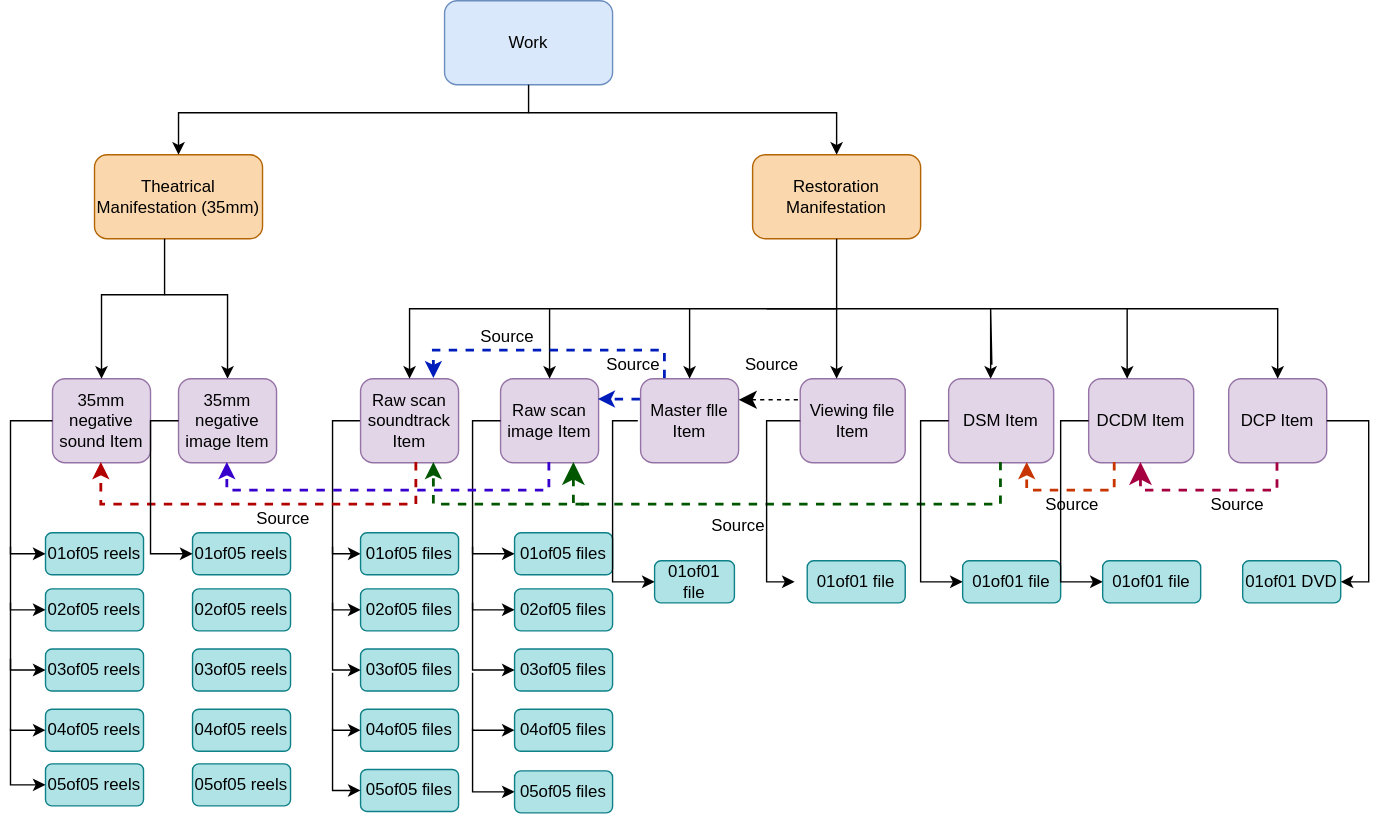
The draw.io diagram markdown/diagrams/digit_item5a.drawio.svg in FIAF/fiaf-cataloguing-manual, before a commit. Source tidied: cells renumbered, new cells last; positions are measured from the earlier drawing's top-left corner, leaving out a move shared by most shapes.
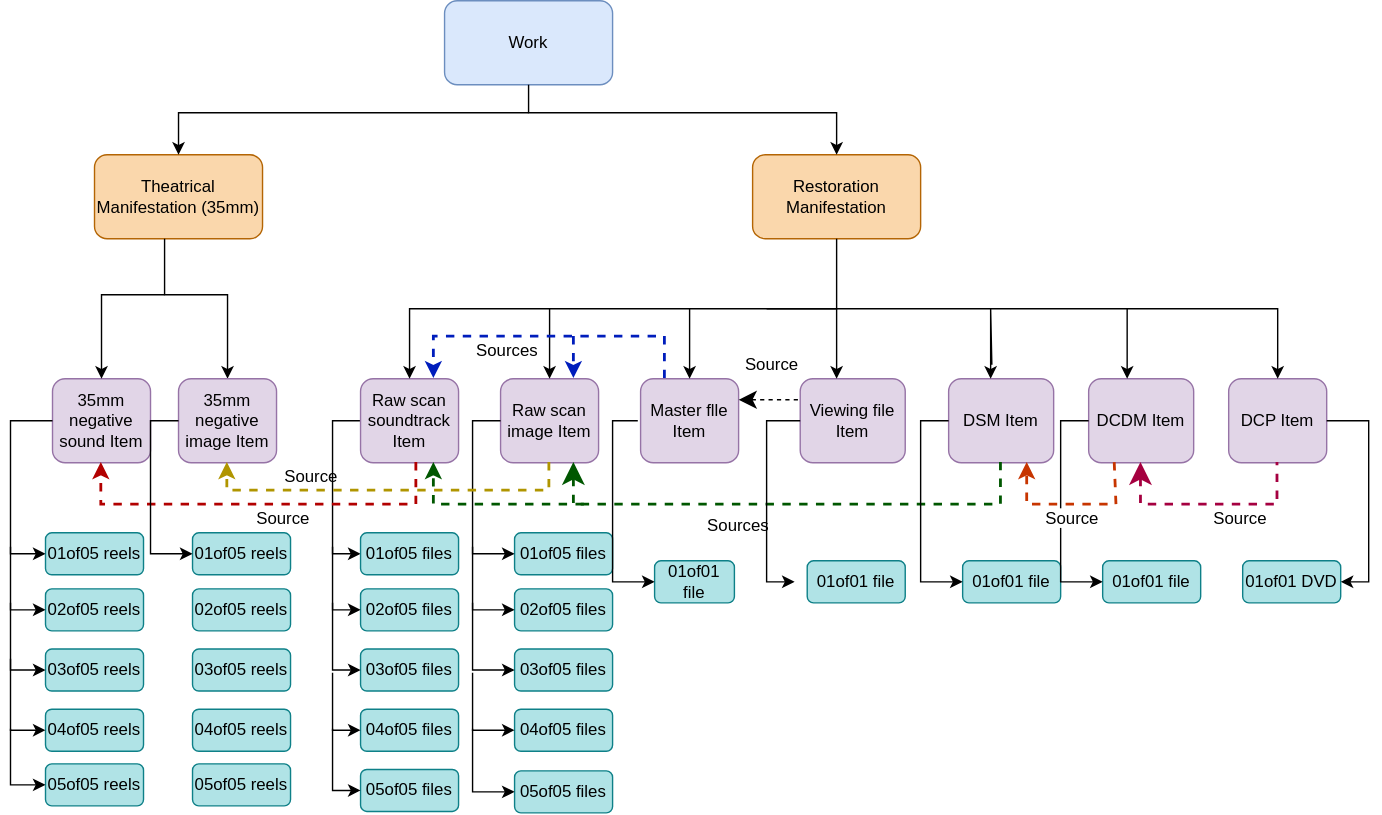
After the change.

Change to the diagram source:
```diff
@@ -780,7 +780,7 @@
     <mxCell id="159" value="Master flle Item" style="rounded=1;whiteSpace=wrap;html=1;roundedPerimeter=1;fillColor=#e1d5e7;strokeColor=#9673a6;" parent="1" vertex="1">
       <mxGeometry x="731" y="270" width="70" height="60" as="geometry" />
     </mxCell>
-    <mxCell id="160" style="edgeStyle=orthogonalEdgeStyle;rounded=0;jettySize=auto;html=1;exitX=0;exitY=0.5;exitDx=0;exitDy=0;entryX=0;entryY=0.5;entryDx=0;entryDy=0;" parent="1" edge="1" source="161" target="174">
+    <mxCell id="160" style="edgeStyle=orthogonalEdgeStyle;rounded=0;jettySize=auto;html=1;entryX=0;entryY=0.5;entryDx=0;entryDy=0;exitX=0;exitY=0.5;exitDx=0;exitDy=0;" parent="1" edge="1" source="161" target="174">
       <mxGeometry relative="1" as="geometry" />
     </mxCell>
     <mxCell id="161" value="Raw scan soundtrack Item" style="rounded=1;whiteSpace=wrap;html=1;roundedPerimeter=1;fillColor=#e1d5e7;strokeColor=#9673a6;" parent="1" vertex="1">
@@ -841,8 +841,8 @@
     <mxCell id="171" style="endArrow=none;dashed=1;html=1;rounded=0;entryX=0.5;entryY=1;entryDx=0;entryDy=0;exitX=0.5;exitY=1;exitDx=0;exitDy=0;endFill=0;startArrow=classic;startFill=1;fillColor=#d80073;strokeColor=#A50040;startSize=10;strokeWidth=2;" parent="1" edge="1" source="165" target="166">
       <mxGeometry x="-0.04" relative="1" as="geometry">
         <Array as="points">
-          <mxPoint x="1088.5" y="350" />
-          <mxPoint x="1186" y="350" />
+          <mxPoint x="1088.5" y="360" />
+          <mxPoint x="1186" y="360" />
         </Array>
       </mxGeometry>
     </mxCell>
@@ -1160,7 +1160,7 @@
         </Array>
       </mxGeometry>
     </mxCell>
-    <mxCell id="229" style="endArrow=classic;dashed=1;html=1;rounded=0;entryX=0.5;entryY=1;entryDx=0;entryDy=0;startArrow=none;startFill=0;endFill=1;fillColor=#6a00ff;strokeColor=#3700CC;exitX=0.5;exitY=1;exitDx=0;exitDy=0;startSize=10;strokeWidth=2;" parent="1" edge="1" source="162" target="215">
+    <mxCell id="229" style="endArrow=classic;dashed=1;html=1;rounded=0;entryX=0.5;entryY=1;entryDx=0;entryDy=0;startArrow=none;startFill=0;endFill=1;fillColor=#e3c800;strokeColor=#B09500;exitX=0.5;exitY=1;exitDx=0;exitDy=0;startSize=10;strokeWidth=2;" parent="1" edge="1" source="162" target="215">
       <mxGeometry x="0.36" relative="1" as="geometry">
         <Array as="points">
           <mxPoint x="666" y="350" />
@@ -1177,29 +1177,24 @@
         </Array>
       </mxGeometry>
     </mxCell>
-    <mxCell id="231" style="endArrow=classic;dashed=1;html=1;rounded=0;exitX=0;exitY=0.25;exitDx=0;exitDy=0;entryX=1;entryY=0.25;entryDx=0;entryDy=0;endFill=1;fillColor=#0050ef;strokeColor=#001DBC;strokeWidth=2;" parent="1" edge="1" source="159" target="162">
-      <mxGeometry relative="1" as="geometry">
-        <Array as="points">
-          <mxPoint x="721" y="285" />
-        </Array>
+    <mxCell id="231" style="endArrow=classic;dashed=1;html=1;rounded=0;entryX=0.75;entryY=0;entryDx=0;entryDy=0;endFill=1;fillColor=#0050ef;strokeColor=#001DBC;strokeWidth=2;" parent="1" edge="1" target="162">
+      <mxGeometry x="0.33" relative="1" as="geometry">
+        <mxPoint x="683.5" y="240" as="sourcePoint" />
       </mxGeometry>
     </mxCell>
     <mxCell id="232" style="endArrow=classic;dashed=1;html=1;rounded=0;exitX=0.25;exitY=0;exitDx=0;exitDy=0;entryX=0.75;entryY=0;entryDx=0;entryDy=0;endFill=1;fillColor=#0050ef;strokeColor=#001DBC;startSize=10;strokeWidth=2;" parent="1" edge="1" source="159" target="161">
-      <mxGeometry x="0.14" relative="1" as="geometry">
+      <mxGeometry x="0.17" relative="1" as="geometry">
         <Array as="points">
-          <mxPoint x="748.5" y="250" />
-          <mxPoint x="691" y="250" />
-          <mxPoint x="583.5" y="250" />
+          <mxPoint x="748.5" y="240" />
+          <mxPoint x="691" y="240" />
+          <mxPoint x="583.5" y="240" />
         </Array>
       </mxGeometry>
     </mxCell>
-    <mxCell id="233" value="Source" style="text;html=1;whiteSpace=wrap;strokeColor=none;fillColor=none;align=center;verticalAlign=middle;rounded=0;" parent="1" vertex="1">
-      <mxGeometry x="611" y="230" width="50" height="20" as="geometry" />
+    <mxCell id="233" value="Sources" style="text;html=1;whiteSpace=wrap;strokeColor=none;fillColor=none;align=center;verticalAlign=middle;rounded=0;" parent="1" vertex="1">
+      <mxGeometry x="611" y="240" width="50" height="20" as="geometry" />
     </mxCell>
-    <mxCell id="234" value="Source" style="text;html=1;whiteSpace=wrap;strokeColor=none;fillColor=none;align=center;verticalAlign=middle;rounded=0;" parent="1" vertex="1">
-      <mxGeometry x="701" y="250" width="50" height="20" as="geometry" />
-    </mxCell>
-    <mxCell id="235" value="Source" style="text;html=1;whiteSpace=wrap;strokeColor=none;fillColor=none;align=center;verticalAlign=middle;rounded=0;" parent="1" vertex="1">
+    <mxCell id="235" value="Sources" style="text;html=1;whiteSpace=wrap;strokeColor=none;fillColor=none;align=center;verticalAlign=middle;rounded=0;" parent="1" vertex="1">
       <mxGeometry x="771" y="360" width="60" height="30" as="geometry" />
     </mxCell>
     <mxCell id="236" value="Source" style="text;html=1;whiteSpace=wrap;strokeColor=none;fillColor=none;align=center;verticalAlign=middle;rounded=0;" parent="1" vertex="1">
@@ -1208,16 +1203,22 @@
     <mxCell id="237" style="endArrow=classic;dashed=1;html=1;rounded=0;entryX=0.75;entryY=1;entryDx=0;entryDy=0;exitX=0.25;exitY=1;exitDx=0;exitDy=0;endFill=1;fillColor=#fa6800;strokeColor=#C73500;startSize=10;strokeWidth=2;" parent="1" edge="1" source="165" target="157">
       <mxGeometry relative="1" as="geometry">
         <Array as="points">
-          <mxPoint x="1069.8" y="350" />
-          <mxPoint x="1007.2" y="350" />
+          <mxPoint x="1071" y="360" />
+          <mxPoint x="1007.2" y="360" />
         </Array>
       </mxGeometry>
     </mxCell>
     <mxCell id="238" value="Source" style="text;html=1;whiteSpace=wrap;strokeColor=none;fillColor=none;align=center;verticalAlign=middle;rounded=0;" parent="1" vertex="1">
-      <mxGeometry x="1129" y="350" width="57" height="20" as="geometry" />
+      <mxGeometry x="1131" y="360" width="57" height="20" as="geometry" />
     </mxCell>
-    <mxCell id="239" value="Source" style="text;html=1;whiteSpace=wrap;strokeColor=none;fillColor=none;align=center;verticalAlign=middle;rounded=0;" parent="1" vertex="1">
-      <mxGeometry x="1011" y="350" width="57" height="20" as="geometry" />
+    <mxCell id="239" value="&lt;span style=&quot;background-color: light-dark(#ffffff, var(--ge-dark-color, #121212));&quot;&gt;Source&lt;/span&gt;" style="text;html=1;whiteSpace=wrap;strokeColor=none;fillColor=none;align=center;verticalAlign=middle;rounded=0;" parent="1" vertex="1">
+      <mxGeometry x="1011" y="360" width="57" height="20" as="geometry" />
     </mxCell>
+    <mxCell id="234" value="Source" style="text;html=1;whiteSpace=wrap;strokeColor=none;fillColor=none;align=center;verticalAlign=middle;rounded=0;" parent="1" vertex="1">
+      <mxGeometry x="471" y="330" width="50" height="20" as="geometry" />
+    </mxCell>
+    <mxCell id="240" style="edgeStyle=orthogonalEdgeStyle;rounded=0;orthogonalLoop=1;jettySize=auto;html=1;innerLoopWaypoints=1;exitX=0.25;exitY=0;exitDx=0;exitDy=0;entryX=0.25;entryY=0;entryDx=0;entryDy=0;" parent="1" edge="1" source="234" target="234">
+      <mxGeometry relative="1" as="geometry" />
+    </mxCell>
   </root>
 </mxGraphModel>
```
